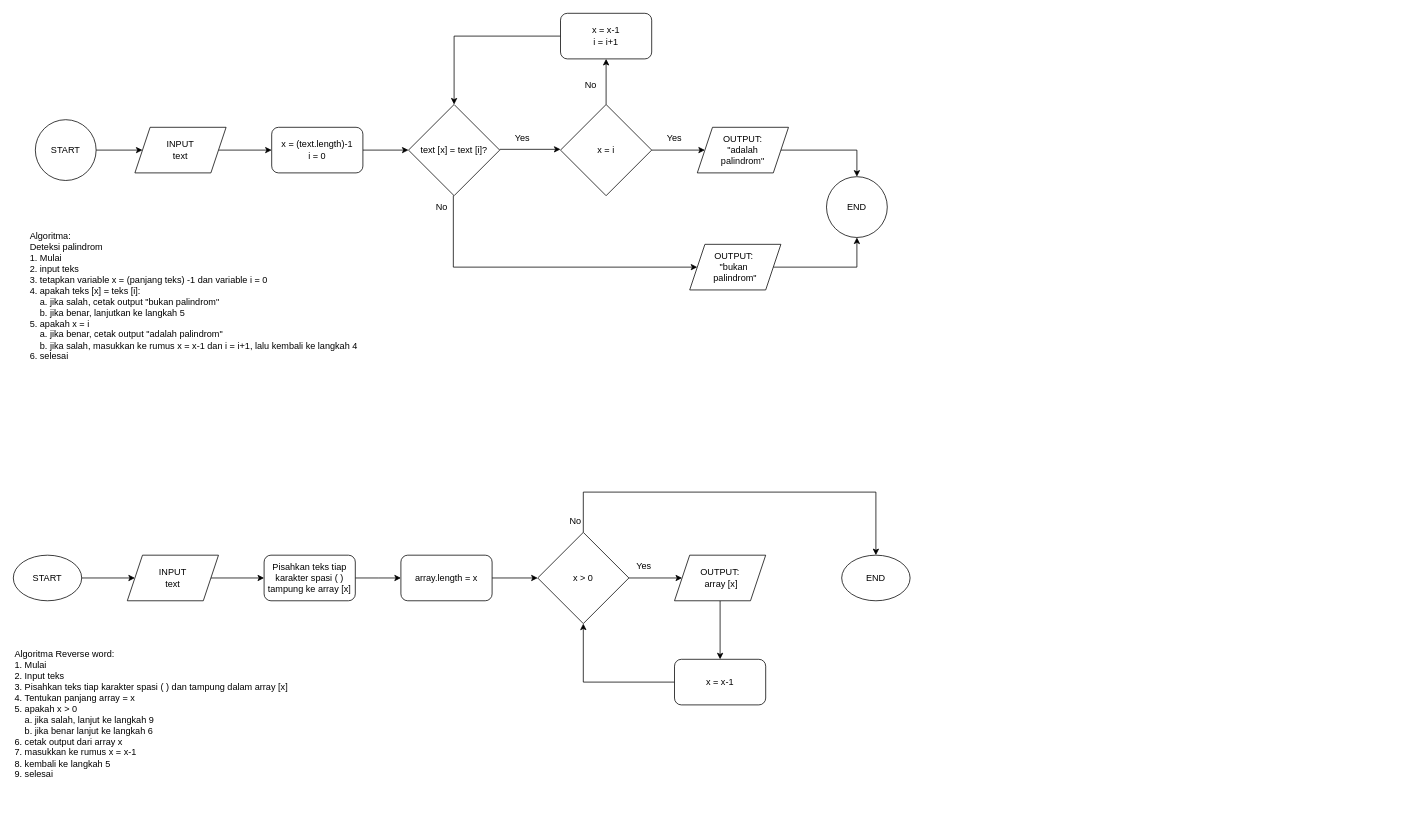
The draw.io diagram week 1.drawio in raissarahmani/weeklytask_1, before the edit. Source tidied: cells renumbered, new cells numbered last; positions are measured from the earlier drawing's top-left corner, leaving out a move shared by most shapes. Both pictures are drawn from the tidied source at 76%, with x=0, y=0 at pixel (13, 13).
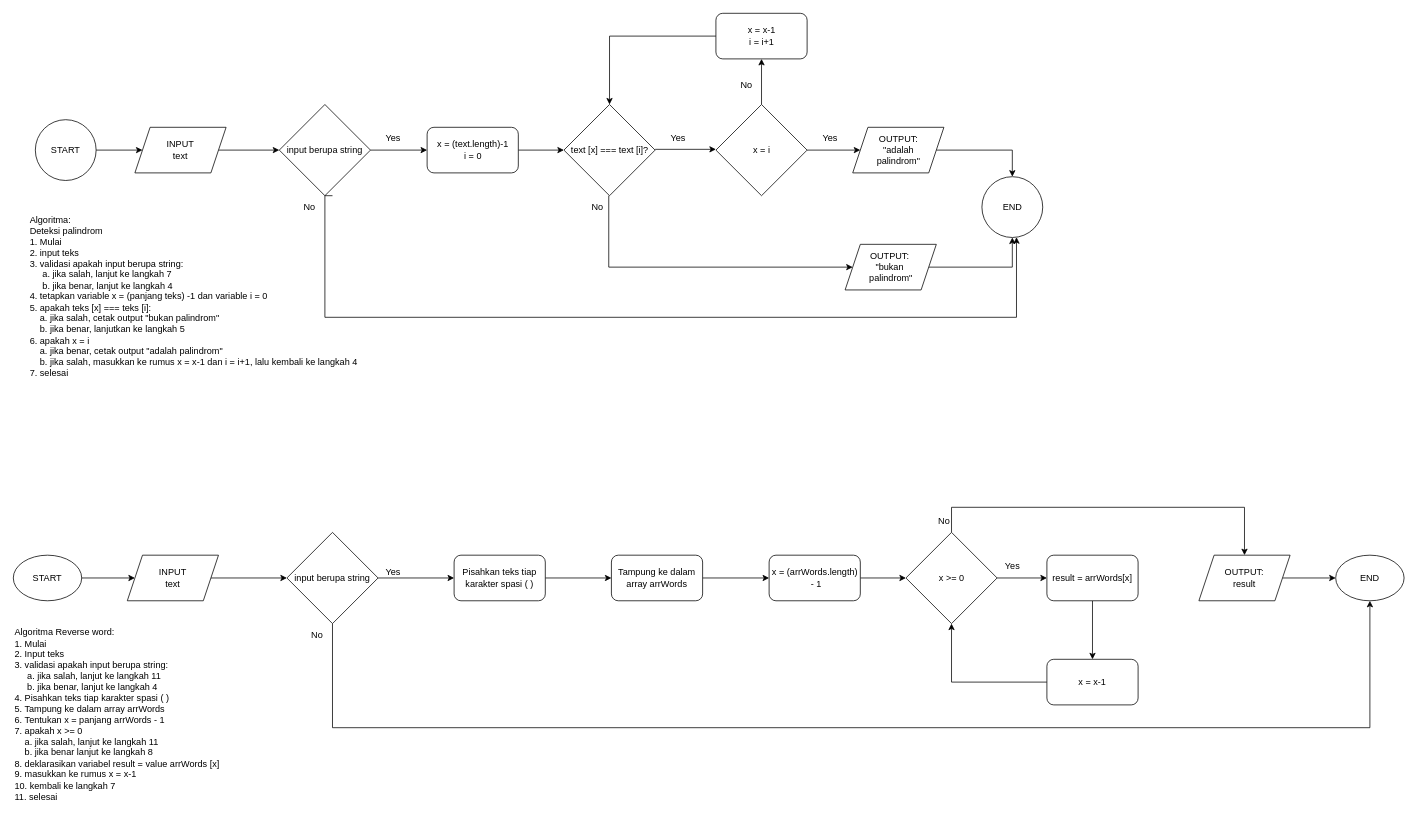
Above is the later version.

Commit message (it also covers changes not shown here):
fix: validation for flowchart

Unchanged cells that the change refers to:
```xml
<mxCell id="5" value="&lt;div&gt;INPUT&lt;/div&gt;&lt;div&gt;text&lt;/div&gt;" style="shape=parallelogram;perimeter=parallelogramPerimeter;whiteSpace=wrap;html=1;fixedSize=1;" parent="1" vertex="1">
  <mxGeometry x="160" y="150" width="120" height="60" as="geometry" />
</mxCell>
<mxCell id="29" value="&lt;div&gt;INPUT&lt;/div&gt;&lt;div&gt;text&lt;/div&gt;" style="shape=parallelogram;perimeter=parallelogramPerimeter;whiteSpace=wrap;html=1;fixedSize=1;" parent="1" vertex="1">
  <mxGeometry x="150" y="713" width="120" height="60" as="geometry" />
</mxCell>
```

The edit, as a diff of the source:
```diff
@@
     <mxCell id="3" value="OUTPUT:&amp;nbsp;&lt;div&gt;&quot;bukan&amp;nbsp;&lt;/div&gt;&lt;div&gt;palindrom&quot;&lt;/div&gt;" style="shape=parallelogram;perimeter=parallelogramPerimeter;whiteSpace=wrap;html=1;fixedSize=1;" parent="1" vertex="1">
-      <mxGeometry x="890" y="304" width="120" height="60" as="geometry" />
+      <mxGeometry x="1094.5" y="304" width="120" height="60" as="geometry" />
     </mxCell>
-    <mxCell id="4" style="edgeStyle=orthogonalEdgeStyle;rounded=0;jettySize=auto;html=1;" parent="1" edge="1" source="5" target="7">
-      <mxGeometry relative="1" as="geometry" />
-    </mxCell>
+    <mxCell id="45" style="edgeStyle=orthogonalEdgeStyle;rounded=0;jettySize=auto;html=1;" parent="1" edge="1" source="5" target="51">
+      <mxGeometry relative="1" as="geometry" />
+    </mxCell>
@@
     <mxCell id="7" value="&lt;div&gt;x = (text.length)-1&lt;/div&gt;&lt;div&gt;i = 0&lt;br&gt;&lt;/div&gt;" style="rounded=1;whiteSpace=wrap;html=1;" parent="1" vertex="1">
-      <mxGeometry x="340" y="150" width="120" height="60" as="geometry" />
+      <mxGeometry x="544.5" y="150" width="120" height="60" as="geometry" />
     </mxCell>
     <mxCell id="8" style="edgeStyle=orthogonalEdgeStyle;rounded=0;orthogonalLoop=1;jettySize=auto;html=1;" parent="1" edge="1">
       <mxGeometry relative="1" as="geometry">
-        <mxPoint x="640" y="179" as="sourcePoint" />
-        <mxPoint x="720" y="179" as="targetPoint" />
+        <mxPoint x="844.5" y="179" as="sourcePoint" />
+        <mxPoint x="924.5" y="179" as="targetPoint" />
       </mxGeometry>
     </mxCell>
-    <mxCell id="9" value="text [x] = text [i]?" style="rhombus;whiteSpace=wrap;html=1;" parent="1" vertex="1">
-      <mxGeometry x="520" y="120" width="120" height="120" as="geometry" />
+    <mxCell id="9" value="text [x] === text [i]?" style="rhombus;whiteSpace=wrap;html=1;" parent="1" vertex="1">
+      <mxGeometry x="724.5" y="120" width="120" height="120" as="geometry" />
     </mxCell>
     <mxCell id="10" value="Yes" style="text;html=1;align=center;verticalAlign=middle;whiteSpace=wrap;rounded=0;" parent="1" vertex="1">
-      <mxGeometry x="640" y="150" width="60" height="30" as="geometry" />
+      <mxGeometry x="844.5" y="150" width="60" height="30" as="geometry" />
     </mxCell>
@@
     <mxCell id="12" value="&lt;div&gt;x = x-1&lt;/div&gt;&lt;div&gt;i = i+1&lt;br&gt;&lt;/div&gt;" style="rounded=1;whiteSpace=wrap;html=1;" parent="1" vertex="1">
-      <mxGeometry x="720" width="120" height="60" as="geometry" />
+      <mxGeometry x="924.5" width="120" height="60" as="geometry" />
     </mxCell>
     <mxCell id="13" style="edgeStyle=orthogonalEdgeStyle;rounded=0;jettySize=auto;html=1;exitX=0.75;exitY=0;exitDx=0;exitDy=0;entryX=0;entryY=0.5;entryDx=0;entryDy=0;" parent="1" edge="1" source="14" target="3">
       <mxGeometry relative="1" as="geometry">
         <Array as="points">
-          <mxPoint x="579" y="334" />
+          <mxPoint x="783.5" y="334" />
         </Array>
       </mxGeometry>
     </mxCell>
     <mxCell id="14" value="No" style="text;html=1;align=center;verticalAlign=middle;whiteSpace=wrap;rounded=0;" parent="1" vertex="1">
-      <mxGeometry x="534" y="240" width="60" height="30" as="geometry" />
+      <mxGeometry x="738.5" y="240" width="60" height="30" as="geometry" />
     </mxCell>
@@
     <mxCell id="17" value="x = i" style="rhombus;whiteSpace=wrap;html=1;" parent="1" vertex="1">
-      <mxGeometry x="720" y="120" width="120" height="120" as="geometry" />
+      <mxGeometry x="924.5" y="120" width="120" height="120" as="geometry" />
     </mxCell>
     <mxCell id="18" value="No" style="text;html=1;align=center;verticalAlign=middle;whiteSpace=wrap;rounded=0;" parent="1" vertex="1">
-      <mxGeometry x="730" y="80" width="60" height="30" as="geometry" />
+      <mxGeometry x="934.5" y="80" width="60" height="30" as="geometry" />
     </mxCell>
@@
     <mxCell id="20" value="OUTPUT:&lt;div&gt;&amp;nbsp;&quot;adalah&amp;nbsp;&lt;/div&gt;&lt;div&gt;palindrom&quot;&lt;/div&gt;" style="shape=parallelogram;perimeter=parallelogramPerimeter;whiteSpace=wrap;html=1;fixedSize=1;" parent="1" vertex="1">
-      <mxGeometry x="900" y="150" width="120" height="60" as="geometry" />
+      <mxGeometry x="1104.5" y="150" width="120" height="60" as="geometry" />
     </mxCell>
     <mxCell id="21" value="Yes" style="text;html=1;align=center;verticalAlign=middle;whiteSpace=wrap;rounded=0;" parent="1" vertex="1">
-      <mxGeometry x="840" y="150" width="60" height="30" as="geometry" />
+      <mxGeometry x="1044.5" y="150" width="60" height="30" as="geometry" />
     </mxCell>
-    <mxCell id="22" value="&lt;div align=&quot;left&quot;&gt;Algoritma:&lt;br&gt;Deteksi palindrom&lt;br&gt;1. Mulai&lt;br&gt;2. input teks&lt;br&gt;3. tetapkan variable x = (panjang teks) -1 dan variable i = 0&lt;br&gt;4. apakah teks [x] = teks [i]:&lt;br&gt;&amp;nbsp;&amp;nbsp;&amp;nbsp; a. jika salah, cetak output &quot;bukan palindrom&quot;&lt;br&gt;&amp;nbsp;&amp;nbsp;&amp;nbsp; b. jika benar, lanjutkan ke langkah 5&lt;br&gt;&lt;/div&gt;&lt;div align=&quot;left&quot;&gt;5. apakah x = i&lt;br&gt;&amp;nbsp;&amp;nbsp;&amp;nbsp; a. jika benar, cetak output &quot;adalah palindrom&quot;&lt;br&gt;&amp;nbsp;&amp;nbsp;&amp;nbsp; b. jika salah, masukkan ke rumus x = x-1 dan i = i+1, lalu kembali ke langkah 4&lt;/div&gt;&lt;div align=&quot;left&quot;&gt;6. selesai&lt;br&gt;&lt;br&gt;&lt;/div&gt;" style="text;html=1;align=left;verticalAlign=middle;strokeColor=none;fillColor=none;" parent="1" vertex="1">
-      <mxGeometry x="20" y="280" width="450" height="200" as="geometry" />
+    <mxCell id="22" value="&lt;div align=&quot;left&quot;&gt;Algoritma:&lt;br&gt;Deteksi palindrom&lt;br&gt;1. Mulai&lt;br&gt;2. input teks&lt;/div&gt;&lt;div align=&quot;left&quot;&gt;3. validasi apakah input berupa string:&lt;/div&gt;&lt;div align=&quot;left&quot;&gt;&amp;nbsp; &amp;nbsp; &amp;nbsp;a. jika salah, lanjut ke langkah 7&lt;/div&gt;&lt;div align=&quot;left&quot;&gt;&amp;nbsp; &amp;nbsp; &amp;nbsp;b. jika benar, lanjut ke langkah 4&lt;br&gt;4. tetapkan variable x = (panjang teks) -1 dan variable i = 0&lt;br&gt;5. apakah teks [x] === teks [i]:&lt;br&gt;&amp;nbsp;&amp;nbsp;&amp;nbsp; a. jika salah, cetak output &quot;bukan palindrom&quot;&lt;br&gt;&amp;nbsp;&amp;nbsp;&amp;nbsp; b. jika benar, lanjutkan ke langkah 5&lt;br&gt;&lt;/div&gt;&lt;div align=&quot;left&quot;&gt;6. apakah x = i&lt;br&gt;&amp;nbsp;&amp;nbsp;&amp;nbsp; a. jika benar, cetak output &quot;adalah palindrom&quot;&lt;br&gt;&amp;nbsp;&amp;nbsp;&amp;nbsp; b. jika salah, masukkan ke rumus x = x-1 dan i = i+1, lalu kembali ke langkah 4&lt;/div&gt;&lt;div align=&quot;left&quot;&gt;7. selesai&lt;/div&gt;&lt;div align=&quot;left&quot;&gt;&lt;br&gt;&lt;/div&gt;" style="text;html=1;align=left;verticalAlign=middle;strokeColor=none;fillColor=none;" parent="1" vertex="1">
+      <mxGeometry x="20" y="260" width="450" height="240" as="geometry" />
     </mxCell>
@@
     <mxCell id="25" value="END" style="ellipse;whiteSpace=wrap;html=1;" parent="1" vertex="1">
-      <mxGeometry x="1070" y="215" width="80" height="80" as="geometry" />
+      <mxGeometry x="1274.5" y="215" width="80" height="80" as="geometry" />
     </mxCell>
@@
-    <mxCell id="28" style="edgeStyle=orthogonalEdgeStyle;rounded=0;jettySize=auto;html=1;" parent="1" edge="1" source="29" target="31">
-      <mxGeometry relative="1" as="geometry" />
-    </mxCell>
+    <mxCell id="46" style="edgeStyle=orthogonalEdgeStyle;rounded=0;jettySize=auto;html=1;" parent="1" edge="1" source="29" target="57">
+      <mxGeometry relative="1" as="geometry" />
+    </mxCell>
@@
-    <mxCell id="30" style="edgeStyle=orthogonalEdgeStyle;rounded=0;jettySize=auto;html=1;" parent="1" edge="1" source="31">
-      <mxGeometry relative="1" as="geometry">
-        <mxPoint x="510" y="743" as="targetPoint" />
-      </mxGeometry>
-    </mxCell>
+    <mxCell id="47" style="edgeStyle=orthogonalEdgeStyle;rounded=0;jettySize=auto;html=1;" parent="1" edge="1" source="31" target="61">
+      <mxGeometry relative="1" as="geometry" />
+    </mxCell>
-    <mxCell id="31" value="Pisahkan teks tiap karakter spasi ( ) tampung ke array [x]" style="rounded=1;whiteSpace=wrap;html=1;" parent="1" vertex="1">
-      <mxGeometry x="330" y="713" width="120" height="60" as="geometry" />
+    <mxCell id="31" value="Pisahkan teks tiap karakter spasi ( )" style="rounded=1;whiteSpace=wrap;html=1;" parent="1" vertex="1">
+      <mxGeometry x="580" y="713" width="120" height="60" as="geometry" />
     </mxCell>
@@
-    <mxCell id="33" value="array.length = x" style="rounded=1;whiteSpace=wrap;html=1;" parent="1" vertex="1">
-      <mxGeometry x="510" y="713" width="120" height="60" as="geometry" />
+    <mxCell id="33" value="x = (arrWords.length)&lt;div&gt;&amp;nbsp;- 1&lt;/div&gt;" style="rounded=1;whiteSpace=wrap;html=1;" parent="1" vertex="1">
+      <mxGeometry x="994.5" y="713" width="120" height="60" as="geometry" />
     </mxCell>
-    <mxCell id="34" style="edgeStyle=orthogonalEdgeStyle;rounded=0;jettySize=auto;html=1;" parent="1" edge="1" source="36" target="38">
-      <mxGeometry relative="1" as="geometry" />
-    </mxCell>
-    <mxCell id="35" style="edgeStyle=orthogonalEdgeStyle;rounded=0;jettySize=auto;html=1;exitX=0.5;exitY=0;exitDx=0;exitDy=0;entryX=0.5;entryY=0;entryDx=0;entryDy=0;" parent="1" edge="1" source="36" target="42">
-      <mxGeometry relative="1" as="geometry">
-        <Array as="points">
-          <mxPoint x="750" y="630" />
-          <mxPoint x="1135" y="630" />
-        </Array>
-      </mxGeometry>
-    </mxCell>
+    <mxCell id="48" style="edgeStyle=orthogonalEdgeStyle;rounded=0;jettySize=auto;html=1;" parent="1" edge="1" source="36" target="63">
+      <mxGeometry relative="1" as="geometry" />
+    </mxCell>
+    <mxCell id="49" style="edgeStyle=orthogonalEdgeStyle;rounded=0;jettySize=auto;html=1;exitX=0.5;exitY=0;exitDx=0;exitDy=0;entryX=0.5;entryY=0;entryDx=0;entryDy=0;" parent="1" edge="1" source="36" target="65">
+      <mxGeometry relative="1" as="geometry">
+        <Array as="points">
+          <mxPoint x="1235" y="650" />
+          <mxPoint x="1620" y="650" />
+        </Array>
+      </mxGeometry>
+    </mxCell>
-    <mxCell id="36" value="x &amp;gt; 0" style="rhombus;whiteSpace=wrap;html=1;" parent="1" vertex="1">
-      <mxGeometry x="690" y="683" width="120" height="120" as="geometry" />
+    <mxCell id="36" value="x &amp;gt;= 0" style="rhombus;whiteSpace=wrap;html=1;" parent="1" vertex="1">
+      <mxGeometry x="1174.5" y="683" width="120" height="120" as="geometry" />
     </mxCell>
-    <mxCell id="37" style="edgeStyle=orthogonalEdgeStyle;rounded=0;jettySize=auto;html=1;" parent="1" edge="1" source="38" target="40">
-      <mxGeometry relative="1" as="geometry" />
-    </mxCell>
-    <mxCell id="38" value="OUTPUT:&lt;div&gt;&amp;nbsp;array [x]&lt;/div&gt;" style="shape=parallelogram;perimeter=parallelogramPerimeter;whiteSpace=wrap;html=1;fixedSize=1;" parent="1" vertex="1">
-      <mxGeometry x="870" y="713" width="120" height="60" as="geometry" />
-    </mxCell>
@@
     <mxCell id="40" value="x = x-1" style="rounded=1;whiteSpace=wrap;html=1;" parent="1" vertex="1">
-      <mxGeometry x="870" y="850" width="120" height="60" as="geometry" />
+      <mxGeometry x="1360" y="850" width="120" height="60" as="geometry" />
     </mxCell>
     <mxCell id="41" value="Yes" style="text;html=1;align=center;verticalAlign=middle;whiteSpace=wrap;rounded=0;" parent="1" vertex="1">
-      <mxGeometry x="800" y="713" width="60" height="30" as="geometry" />
+      <mxGeometry x="1284.5" y="713" width="60" height="30" as="geometry" />
     </mxCell>
     <mxCell id="42" value="END" style="ellipse;whiteSpace=wrap;html=1;" parent="1" vertex="1">
-      <mxGeometry x="1090" y="713" width="90" height="60" as="geometry" />
+      <mxGeometry x="1740" y="713" width="90" height="60" as="geometry" />
     </mxCell>
     <mxCell id="43" value="No" style="text;html=1;align=center;verticalAlign=middle;whiteSpace=wrap;rounded=0;" parent="1" vertex="1">
-      <mxGeometry x="710" y="653" width="60" height="30" as="geometry" />
+      <mxGeometry x="1194.5" y="653" width="60" height="30" as="geometry" />
     </mxCell>
-    <mxCell id="44" value="&lt;div align=&quot;left&quot;&gt;Algoritma Reverse word:&lt;br&gt;1. Mulai&lt;br&gt;2. Input teks&lt;br&gt;3. Pisahkan teks tiap karakter spasi ( ) dan tampung dalam array [x]&lt;br&gt;4.&amp;nbsp;&lt;span style=&quot;background-color: transparent; color: light-dark(rgb(0, 0, 0), rgb(255, 255, 255));&quot;&gt;Tentukan panjang array = x&lt;/span&gt;&lt;/div&gt;&lt;div align=&quot;left&quot;&gt;5. apakah x &amp;gt; 0&lt;br&gt;&amp;nbsp;&amp;nbsp;&amp;nbsp; a. jika salah, lanjut ke langkah 9&lt;br&gt;&amp;nbsp;&amp;nbsp;&amp;nbsp; b. jika benar lanjut ke langkah 6&lt;br&gt;6. cetak output dari array x&lt;br&gt;7. masukkan ke rumus x = x-1&lt;br&gt;8. kembali ke langkah 5&lt;br&gt;9. selesai&lt;br&gt;&lt;br&gt;&lt;/div&gt;" style="text;html=1;align=left;verticalAlign=middle;strokeColor=none;fillColor=none;" parent="1" vertex="1">
-      <mxGeometry y="830" width="380" height="200" as="geometry" />
+    <mxCell id="44" value="&lt;div align=&quot;left&quot;&gt;Algoritma Reverse word:&lt;br&gt;1. Mulai&lt;br&gt;2. Input teks&lt;/div&gt;&lt;div align=&quot;left&quot;&gt;&lt;div align=&quot;left&quot;&gt;3. validasi apakah input berupa string:&lt;/div&gt;&lt;div align=&quot;left&quot;&gt;&amp;nbsp; &amp;nbsp; &amp;nbsp;a. jika salah, lanjut ke langkah 11&lt;/div&gt;&lt;div align=&quot;left&quot;&gt;&amp;nbsp; &amp;nbsp; &amp;nbsp;b. jika benar, lanjut ke langkah 4&lt;/div&gt;4. Pisahkan teks tiap karakter spasi ( )&amp;nbsp;&lt;/div&gt;&lt;div align=&quot;left&quot;&gt;5. Tampung ke dalam array arrWords&lt;br&gt;6.&amp;nbsp;&lt;span style=&quot;background-color: transparent; color: light-dark(rgb(0, 0, 0), rgb(255, 255, 255));&quot;&gt;Tentukan x = panjang arrWords - 1&lt;/span&gt;&lt;/div&gt;&lt;div align=&quot;left&quot;&gt;7. apakah x &amp;gt;= 0&lt;br&gt;&amp;nbsp;&amp;nbsp;&amp;nbsp; a. jika salah, lanjut ke langkah 11&lt;br&gt;&amp;nbsp;&amp;nbsp;&amp;nbsp; b. jika benar lanjut ke langkah 8&lt;br&gt;8. deklarasikan variabel result = value arrWords [x]&lt;br&gt;9. masukkan ke rumus x = x-1&lt;br&gt;10. kembali ke langkah 7&lt;br&gt;11. selesai&lt;br&gt;&lt;br&gt;&lt;/div&gt;" style="text;html=1;align=left;verticalAlign=middle;strokeColor=none;fillColor=none;" parent="1" vertex="1">
+      <mxGeometry y="800" width="290" height="260" as="geometry" />
     </mxCell>
+    <mxCell id="50" style="edgeStyle=orthogonalEdgeStyle;rounded=0;jettySize=auto;html=1;" parent="1" edge="1" source="51" target="7">
+      <mxGeometry relative="1" as="geometry" />
+    </mxCell>
+    <mxCell id="51" value="input berupa string" style="rhombus;whiteSpace=wrap;html=1;" parent="1" vertex="1">
+      <mxGeometry x="350" y="120" width="120" height="120" as="geometry" />
+    </mxCell>
+    <mxCell id="52" value="Yes" style="text;html=1;align=center;verticalAlign=middle;whiteSpace=wrap;rounded=0;" parent="1" vertex="1">
+      <mxGeometry x="470" y="150" width="60" height="30" as="geometry" />
+    </mxCell>
+    <mxCell id="53" style="edgeStyle=orthogonalEdgeStyle;rounded=0;jettySize=auto;html=1;exitX=1;exitY=0;exitDx=0;exitDy=0;" parent="1" edge="1" source="54" target="25">
+      <mxGeometry relative="1" as="geometry">
+        <Array as="points">
+          <mxPoint x="420" y="240" />
+          <mxPoint x="410" y="240" />
+          <mxPoint x="410" y="400" />
+          <mxPoint x="1320" y="400" />
+        </Array>
+      </mxGeometry>
+    </mxCell>
+    <mxCell id="54" value="No" style="text;html=1;align=center;verticalAlign=middle;whiteSpace=wrap;rounded=0;" parent="1" vertex="1">
+      <mxGeometry x="360" y="240" width="60" height="30" as="geometry" />
+    </mxCell>
+    <mxCell id="55" style="edgeStyle=orthogonalEdgeStyle;rounded=0;jettySize=auto;html=1;" parent="1" edge="1" source="57" target="31">
+      <mxGeometry relative="1" as="geometry" />
+    </mxCell>
+    <mxCell id="56" style="edgeStyle=orthogonalEdgeStyle;rounded=0;jettySize=auto;html=1;exitX=0.5;exitY=1;exitDx=0;exitDy=0;entryX=0.5;entryY=1;entryDx=0;entryDy=0;" parent="1" edge="1" source="57" target="42">
+      <mxGeometry relative="1" as="geometry">
+        <Array as="points">
+          <mxPoint x="420" y="940" />
+          <mxPoint x="1785" y="940" />
+        </Array>
+      </mxGeometry>
+    </mxCell>
+    <mxCell id="57" value="input berupa string" style="rhombus;whiteSpace=wrap;html=1;" parent="1" vertex="1">
+      <mxGeometry x="360" y="683" width="120" height="120" as="geometry" />
+    </mxCell>
+    <mxCell id="58" value="Yes" style="text;html=1;align=center;verticalAlign=middle;whiteSpace=wrap;rounded=0;" parent="1" vertex="1">
+      <mxGeometry x="470" y="720" width="60" height="30" as="geometry" />
+    </mxCell>
+    <mxCell id="59" value="No" style="text;html=1;align=center;verticalAlign=middle;whiteSpace=wrap;rounded=0;" parent="1" vertex="1">
+      <mxGeometry x="370" y="803" width="60" height="30" as="geometry" />
+    </mxCell>
+    <mxCell id="60" style="edgeStyle=orthogonalEdgeStyle;rounded=0;jettySize=auto;html=1;" parent="1" edge="1" source="61" target="33">
+      <mxGeometry relative="1" as="geometry" />
+    </mxCell>
+    <mxCell id="61" value="Tampung ke dalam array arrWords" style="rounded=1;whiteSpace=wrap;html=1;" parent="1" vertex="1">
+      <mxGeometry x="787" y="713" width="120" height="60" as="geometry" />
+    </mxCell>
+    <mxCell id="62" style="edgeStyle=orthogonalEdgeStyle;rounded=0;jettySize=auto;html=1;" parent="1" edge="1" source="63" target="40">
+      <mxGeometry relative="1" as="geometry" />
+    </mxCell>
+    <mxCell id="63" value="result = arrWords[x]" style="rounded=1;whiteSpace=wrap;html=1;" parent="1" vertex="1">
+      <mxGeometry x="1360" y="713" width="120" height="60" as="geometry" />
+    </mxCell>
+    <mxCell id="64" style="edgeStyle=orthogonalEdgeStyle;rounded=0;jettySize=auto;html=1;" parent="1" edge="1" source="65" target="42">
+      <mxGeometry relative="1" as="geometry" />
+    </mxCell>
+    <mxCell id="65" value="OUTPUT:&lt;div&gt;result&lt;/div&gt;" style="shape=parallelogram;perimeter=parallelogramPerimeter;whiteSpace=wrap;html=1;fixedSize=1;" parent="1" vertex="1">
+      <mxGeometry x="1560" y="713" width="120" height="60" as="geometry" />
+    </mxCell>
```
